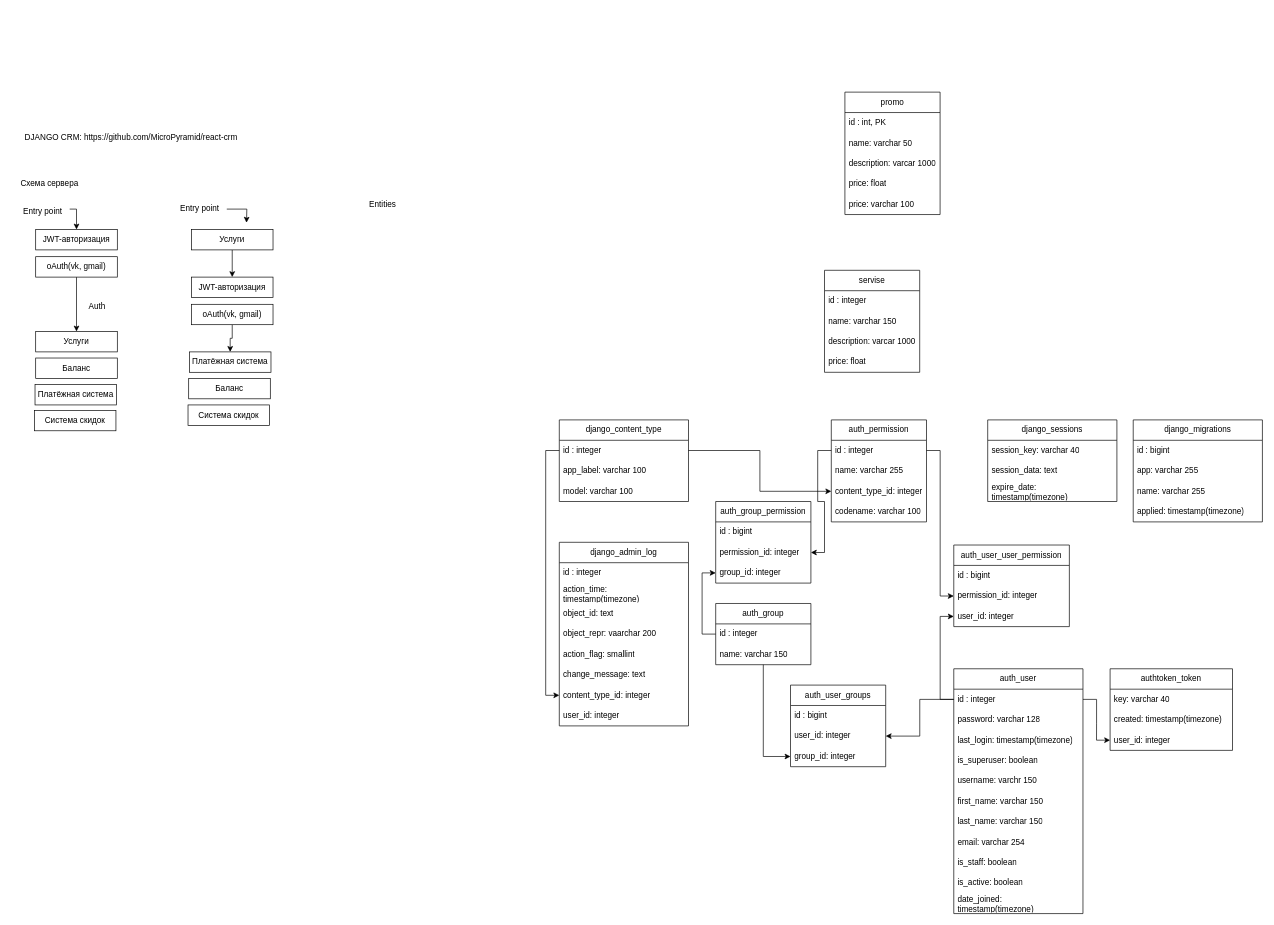
This is cclean.drawio from Sundalia/cclean, a draw.io file, before an edit. Source tidied: cells renumbered, new cells numbered last; positions are measured from the earlier drawing's top-left corner, leaving out a move shared by most shapes. Both pictures are drawn from the tidied source at 68%, with x=0, y=0 at pixel (12, 92).
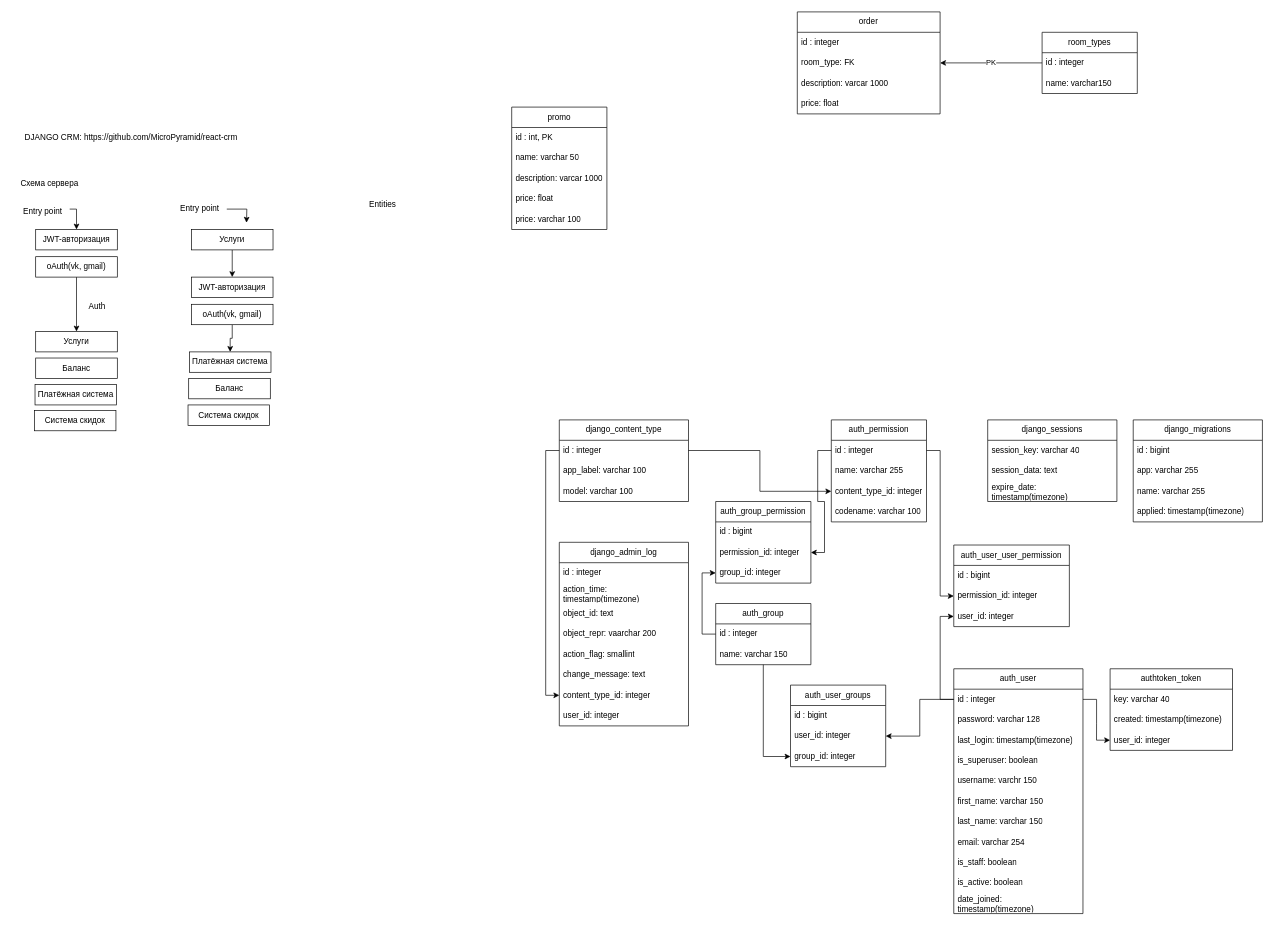
Above is the later version.

Diff of the diagram source:
```diff
@@
-    <mxCell id="24" value="servise" style="swimlane;fontStyle=0;horizontal=1;startSize=30;whiteSpace=wrap;html=1;" parent="1" vertex="1">
-      <mxGeometry x="1195" y="262" width="140" height="150" as="geometry" />
+    <mxCell id="24" value="order" style="swimlane;fontStyle=0;horizontal=1;startSize=30;whiteSpace=wrap;html=1;" parent="1" vertex="1">
+      <mxGeometry x="1155" y="-118" width="210" height="150" as="geometry" />
     </mxCell>
     <mxCell id="25" value="id : integer" style="text;strokeColor=none;fillColor=none;align=left;verticalAlign=middle;spacingLeft=4;spacingRight=4;overflow=hidden;whiteSpace=wrap;html=1;" parent="24" vertex="1">
-      <mxGeometry y="30" width="140" height="30" as="geometry" />
+      <mxGeometry y="30" width="210" height="30" as="geometry" />
     </mxCell>
-    <mxCell id="26" value="name: varchar 150" style="text;strokeColor=none;fillColor=none;align=left;verticalAlign=middle;spacingLeft=4;spacingRight=4;overflow=hidden;points=[[0,0.5],[1,0.5]];portConstraint=eastwest;whiteSpace=wrap;html=1;" parent="24" vertex="1">
-      <mxGeometry y="60" width="140" height="30" as="geometry" />
+    <mxCell id="26" value="room_type: FK" style="text;strokeColor=none;fillColor=none;align=left;verticalAlign=middle;spacingLeft=4;spacingRight=4;overflow=hidden;points=[[0,0.5],[1,0.5]];portConstraint=eastwest;whiteSpace=wrap;html=1;" parent="24" vertex="1">
+      <mxGeometry y="60" width="210" height="30" as="geometry" />
     </mxCell>
     <mxCell id="27" value="description: varcar 1000" style="text;strokeColor=none;fillColor=none;align=left;verticalAlign=middle;spacingLeft=4;spacingRight=4;overflow=hidden;whiteSpace=wrap;html=1;" parent="24" vertex="1">
-      <mxGeometry y="90" width="140" height="30" as="geometry" />
+      <mxGeometry y="90" width="210" height="30" as="geometry" />
     </mxCell>
     <mxCell id="28" value="price: float" style="text;strokeColor=none;fillColor=none;align=left;verticalAlign=middle;spacingLeft=4;spacingRight=4;overflow=hidden;whiteSpace=wrap;html=1;" parent="24" vertex="1">
-      <mxGeometry y="120" width="140" height="30" as="geometry" />
+      <mxGeometry y="120" width="210" height="30" as="geometry" />
     </mxCell>
     <mxCell id="29" value="promo" style="swimlane;fontStyle=0;horizontal=1;startSize=30;whiteSpace=wrap;html=1;" parent="1" vertex="1">
-      <mxGeometry x="1225" width="140" height="180" as="geometry" />
+      <mxGeometry x="735" y="22" width="140" height="180" as="geometry" />
     </mxCell>
@@
+    <mxCell id="103" value="room_types" style="swimlane;fontStyle=0;horizontal=1;startSize=30;whiteSpace=wrap;html=1;" parent="1" vertex="1">
+      <mxGeometry x="1515" y="-88" width="140" height="90" as="geometry" />
+    </mxCell>
+    <mxCell id="104" value="id : integer" style="text;strokeColor=none;fillColor=none;align=left;verticalAlign=middle;spacingLeft=4;spacingRight=4;overflow=hidden;points=[[0,0.5],[1,0.5]];portConstraint=eastwest;whiteSpace=wrap;html=1;" parent="103" vertex="1">
+      <mxGeometry y="30" width="140" height="30" as="geometry" />
+    </mxCell>
+    <mxCell id="105" value="name: varchar150" style="text;strokeColor=none;fillColor=none;align=left;verticalAlign=middle;spacingLeft=4;spacingRight=4;overflow=hidden;whiteSpace=wrap;html=1;" parent="103" vertex="1">
+      <mxGeometry y="60" width="140" height="30" as="geometry" />
+    </mxCell>
+    <mxCell id="106" value="PK" style="edgeStyle=orthogonalEdgeStyle;rounded=0;jettySize=auto;html=1;" parent="1" edge="1" source="104" target="26">
+      <mxGeometry relative="1" as="geometry" />
+    </mxCell>
```
